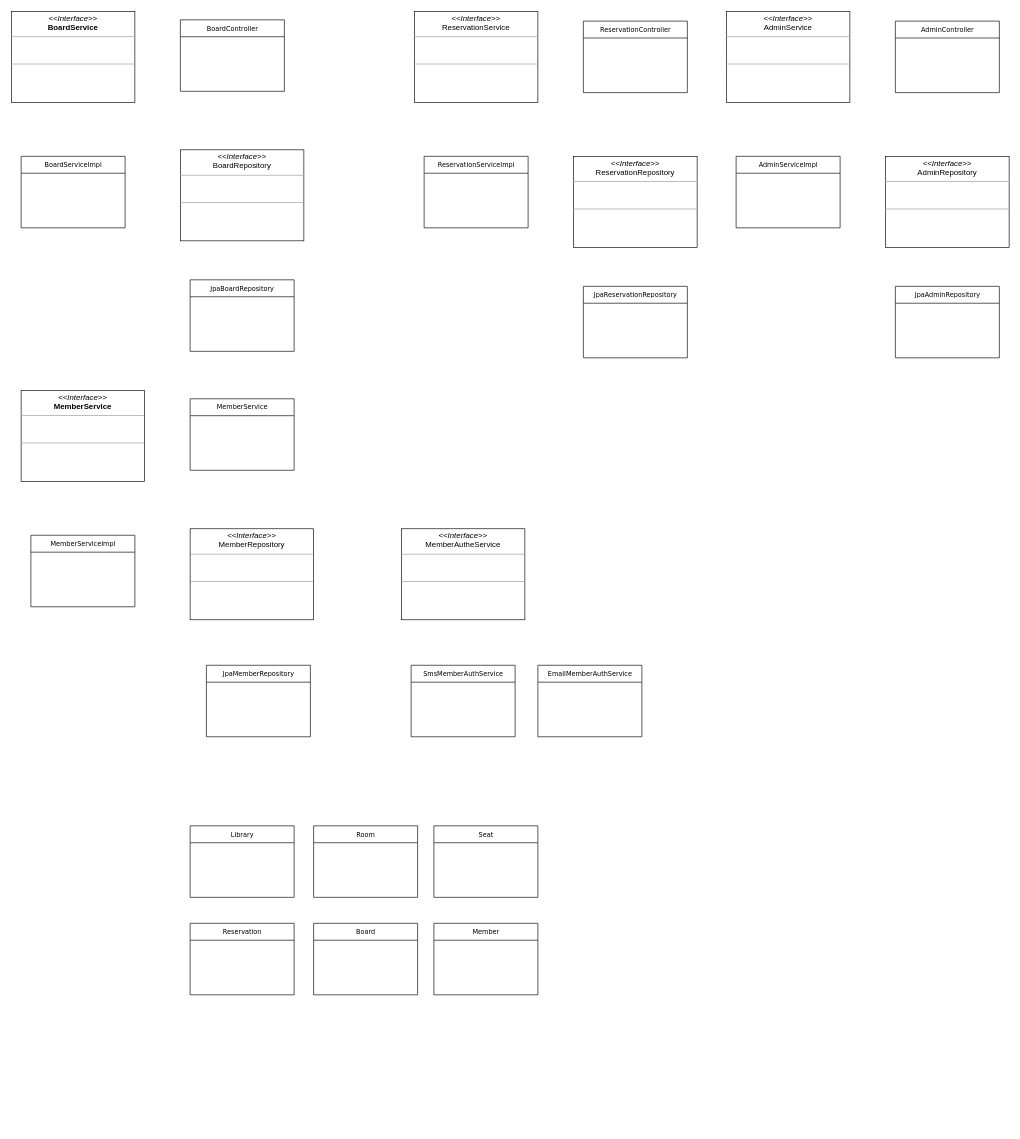
This is ClassDiagram.drawio from nsun9505/ProjectLSRS, a draw.io file, before an edit. Source tidied: cells renumbered, new cells numbered last; positions are measured from the earlier drawing's top-left corner, leaving out a move shared by most shapes. Both pictures are drawn from the tidied source at 65%, with x=0, y=0 at pixel (11, 11).
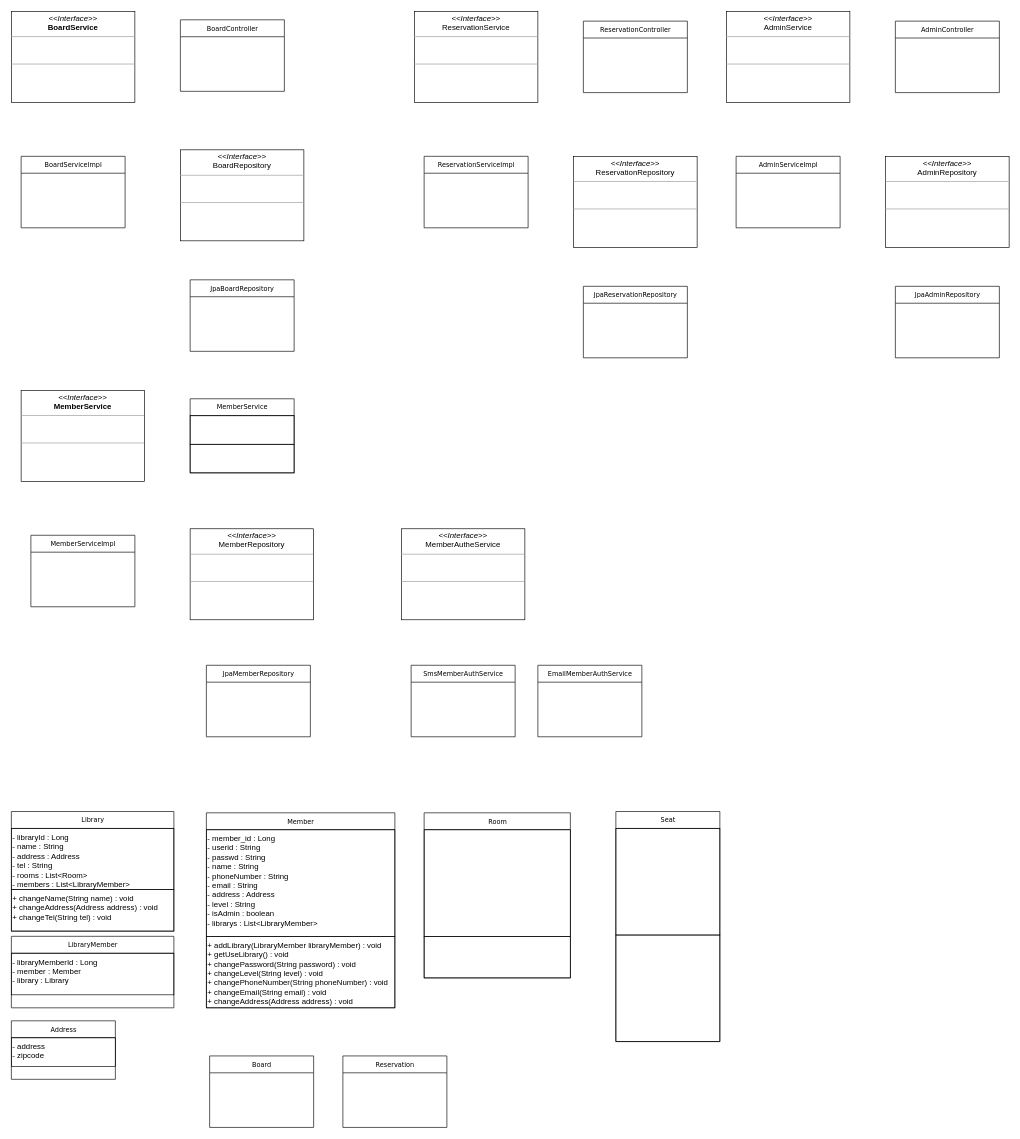
The same diagram, later.

Change to the diagram source:
```diff
@@
     <mxCell id="18" value="MemberService" style="swimlane;html=1;fontStyle=0;horizontal=1;startSize=26;fillColor=none;swimlaneFillColor=#ffffff;rounded=0;shadow=0;comic=0;labelBackgroundColor=none;strokeWidth=1;fontFamily=Verdana;fontSize=10;align=center;" parent="1" vertex="1">
-      <mxGeometry x="275" y="596" width="160" height="110" as="geometry" />
+      <mxGeometry x="275" y="596" width="160" height="114" as="geometry" />
     </mxCell>
+    <mxCell id="31" style="text;whiteSpace=wrap;html=1;strokeWidth=1;strokeColor=#000000;" parent="18" vertex="1">
+      <mxGeometry y="26" width="160" height="44" as="geometry" />
+    </mxCell>
+    <mxCell id="32" style="text;whiteSpace=wrap;html=1;strokeWidth=1;strokeColor=#000000;" parent="18" vertex="1">
+      <mxGeometry y="70" width="160" height="44" as="geometry" />
+    </mxCell>
@@
     <mxCell id="25" value="Library" style="swimlane;html=1;fontStyle=0;horizontal=1;startSize=26;fillColor=none;swimlaneFillColor=#ffffff;rounded=0;shadow=0;comic=0;labelBackgroundColor=none;strokeWidth=1;fontFamily=Verdana;fontSize=10;align=center;" parent="1" vertex="1">
-      <mxGeometry x="275" y="1253" width="160" height="110" as="geometry" />
+      <mxGeometry y="1231" width="250" height="184" as="geometry" />
     </mxCell>
+    <mxCell id="33" value="- libraryId : Long&lt;br&gt;- name : String&lt;br&gt;- address : Address&lt;br&gt;- tel : String&lt;br&gt;- rooms : List&amp;lt;Room&amp;gt;&lt;br&gt;- members : List&amp;lt;LibraryMember&amp;gt;" style="text;whiteSpace=wrap;html=1;strokeColor=#000000;" parent="25" vertex="1">
+      <mxGeometry y="26" width="250" height="94" as="geometry" />
+    </mxCell>
+    <mxCell id="34" value="+ changeName(String name) : void&lt;br&gt;+ changeAddress(Address address) : void&lt;br&gt;+ changeTel(String tel) : void" style="text;whiteSpace=wrap;html=1;strokeColor=#000000;" parent="25" vertex="1">
+      <mxGeometry y="120" width="250" height="64" as="geometry" />
+    </mxCell>
     <mxCell id="26" value="Room" style="swimlane;html=1;fontStyle=0;horizontal=1;startSize=26;fillColor=none;swimlaneFillColor=#ffffff;rounded=0;shadow=0;comic=0;labelBackgroundColor=none;strokeWidth=1;fontFamily=Verdana;fontSize=10;align=center;" parent="1" vertex="1">
-      <mxGeometry x="465" y="1253" width="160" height="110" as="geometry" />
+      <mxGeometry x="635" y="1233" width="225" height="254" as="geometry" />
     </mxCell>
+    <mxCell id="35" style="text;whiteSpace=wrap;html=1;strokeColor=#000000;" parent="26" vertex="1">
+      <mxGeometry y="26" width="225" height="164" as="geometry" />
+    </mxCell>
+    <mxCell id="36" style="text;whiteSpace=wrap;html=1;strokeColor=#000000;" parent="26" vertex="1">
+      <mxGeometry y="190" width="225" height="64" as="geometry" />
+    </mxCell>
     <mxCell id="27" value="Seat" style="swimlane;html=1;fontStyle=0;horizontal=1;startSize=26;fillColor=none;swimlaneFillColor=#ffffff;rounded=0;shadow=0;comic=0;labelBackgroundColor=none;strokeWidth=1;fontFamily=Verdana;fontSize=10;align=center;" parent="1" vertex="1">
-      <mxGeometry x="650" y="1253" width="160" height="110" as="geometry" />
+      <mxGeometry x="930" y="1231" width="160" height="354" as="geometry" />
     </mxCell>
+    <mxCell id="37" style="text;whiteSpace=wrap;html=1;strokeColor=#000000;" parent="27" vertex="1">
+      <mxGeometry y="26" width="160" height="164" as="geometry" />
+    </mxCell>
+    <mxCell id="38" style="text;whiteSpace=wrap;html=1;strokeColor=#000000;" parent="27" vertex="1">
+      <mxGeometry y="190" width="160" height="164" as="geometry" />
+    </mxCell>
     <mxCell id="28" value="Reservation" style="swimlane;html=1;fontStyle=0;horizontal=1;startSize=26;fillColor=none;swimlaneFillColor=#ffffff;rounded=0;shadow=0;comic=0;labelBackgroundColor=none;strokeWidth=1;fontFamily=Verdana;fontSize=10;align=center;" parent="1" vertex="1">
-      <mxGeometry x="275" y="1403" width="160" height="110" as="geometry" />
+      <mxGeometry x="510" y="1607" width="160" height="110" as="geometry" />
     </mxCell>
     <mxCell id="29" value="Board" style="swimlane;html=1;fontStyle=0;horizontal=1;startSize=26;fillColor=none;swimlaneFillColor=#ffffff;rounded=0;shadow=0;comic=0;labelBackgroundColor=none;strokeWidth=1;fontFamily=Verdana;fontSize=10;align=center;" parent="1" vertex="1">
-      <mxGeometry x="465" y="1403" width="160" height="110" as="geometry" />
+      <mxGeometry x="305" y="1607" width="160" height="110" as="geometry" />
     </mxCell>
     <mxCell id="30" value="Member" style="swimlane;html=1;fontStyle=0;horizontal=1;startSize=26;fillColor=none;swimlaneFillColor=#ffffff;rounded=0;shadow=0;comic=0;labelBackgroundColor=none;strokeWidth=1;fontFamily=Verdana;fontSize=10;align=center;" parent="1" vertex="1">
-      <mxGeometry x="650" y="1403" width="160" height="110" as="geometry" />
+      <mxGeometry x="300" y="1233" width="290" height="300" as="geometry" />
     </mxCell>
+    <mxCell id="39" value="- member_id : Long&lt;br&gt;- userid : String&lt;br&gt;- passwd : String&lt;br&gt;- name : String&lt;br&gt;- phoneNumber : String&lt;br&gt;- email : String&lt;br&gt;- address : Address&lt;br&gt;- level : String&lt;br&gt;- isAdmin : boolean&lt;br&gt;- librarys : List&amp;lt;LibraryMember&amp;gt;" style="text;whiteSpace=wrap;html=1;strokeColor=#000000;" parent="30" vertex="1">
+      <mxGeometry y="26" width="290" height="164" as="geometry" />
+    </mxCell>
+    <mxCell id="40" value="+ addLibrary(LibraryMember libraryMember) : void&lt;br&gt;+ getUseLibrary() : void&lt;br&gt;+ changePassword(String password) : void&lt;br&gt;+ changeLevel(String level) : void&lt;br&gt;+ changePhoneNumber(String phoneNumber) : void&amp;nbsp;&lt;br&gt;+ changeEmail(String email) : void&lt;br&gt;+ changeAddress(Address address) : void" style="text;whiteSpace=wrap;html=1;strokeColor=#000000;" parent="30" vertex="1">
+      <mxGeometry y="190" width="290" height="110" as="geometry" />
+    </mxCell>
+    <mxCell id="41" value="Address" style="swimlane;html=1;fontStyle=0;horizontal=1;startSize=26;fillColor=none;swimlaneFillColor=#ffffff;rounded=0;shadow=0;comic=0;labelBackgroundColor=none;strokeWidth=1;fontFamily=Verdana;fontSize=10;align=center;" parent="1" vertex="1">
+      <mxGeometry y="1553" width="160" height="90" as="geometry" />
+    </mxCell>
+    <mxCell id="42" value="- address&lt;br&gt;- zipcode" style="text;whiteSpace=wrap;html=1;strokeColor=#000000;" parent="41" vertex="1">
+      <mxGeometry y="26" width="160" height="44" as="geometry" />
+    </mxCell>
+    <mxCell id="43" value="LibraryMember" style="swimlane;html=1;fontStyle=0;horizontal=1;startSize=26;fillColor=none;swimlaneFillColor=#ffffff;rounded=0;shadow=0;comic=0;labelBackgroundColor=none;strokeWidth=1;fontFamily=Verdana;fontSize=10;align=center;" parent="1" vertex="1">
+      <mxGeometry y="1423" width="250" height="110" as="geometry" />
+    </mxCell>
+    <mxCell id="44" value="- libraryMemberId : Long&lt;br&gt;- member : Member&lt;br&gt;- library : Library" style="text;whiteSpace=wrap;html=1;strokeColor=#000000;" parent="43" vertex="1">
+      <mxGeometry y="26" width="250" height="64" as="geometry" />
+    </mxCell>
```
